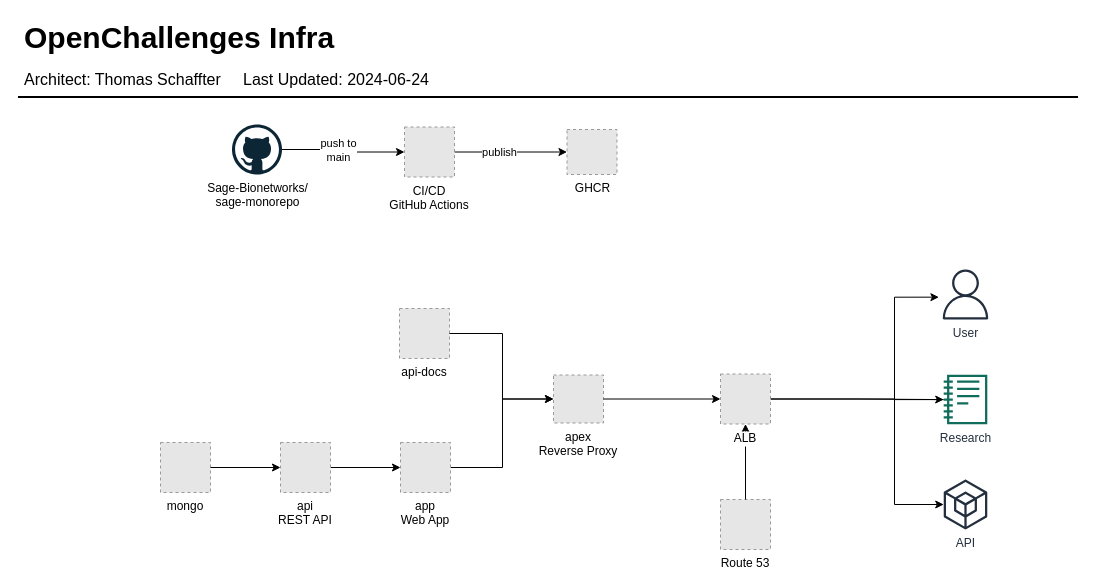
The draw.io diagram diagrams/model-ad-infra.drawio in Sage-Bionetworks/sage-monorepo, before the edit. Source tidied: cells renumbered, new cells numbered last; positions are measured from the earlier drawing's top-left corner, leaving out a move shared by most shapes. Both pictures are drawn from the tidied source at 100%, with x=0, y=0 at pixel (17, 16). Pictures stored in the file or linked from it are replaced by grey dashed boxes.
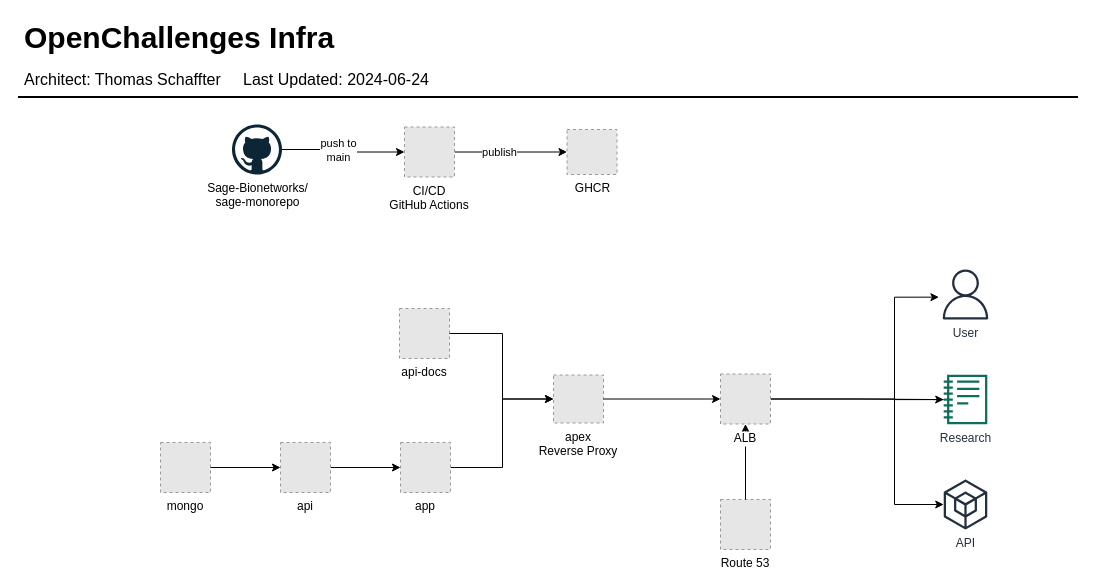
Above is the later version.

The edit, as a diff of the source:
```diff
@@
-    <mxCell id="18" value="app&#10;Web App" style="fillColor=#E6E6E6;strokeColor=#999999;dashed=1;verticalLabelPosition=bottom;labelBackgroundColor=default;verticalAlign=top;" parent="1" vertex="1">
+    <mxCell id="18" value="app" style="fillColor=#E6E6E6;strokeColor=#999999;dashed=1;verticalLabelPosition=bottom;labelBackgroundColor=default;verticalAlign=top;" parent="1" vertex="1">
       <mxGeometry x="383" y="426" width="50" height="50" as="geometry" />
     </mxCell>
@@
-    <mxCell id="20" value="api&#10;REST API" style="fillColor=#E6E6E6;strokeColor=#999999;dashed=1;verticalAlign=top;labelPosition=center;verticalLabelPosition=bottom;align=center;" parent="1" vertex="1">
+    <mxCell id="20" value="api" style="fillColor=#E6E6E6;strokeColor=#999999;dashed=1;verticalAlign=top;labelPosition=center;verticalLabelPosition=bottom;align=center;" parent="1" vertex="1">
       <mxGeometry x="263" y="426" width="50" height="50" as="geometry" />
     </mxCell>
```
